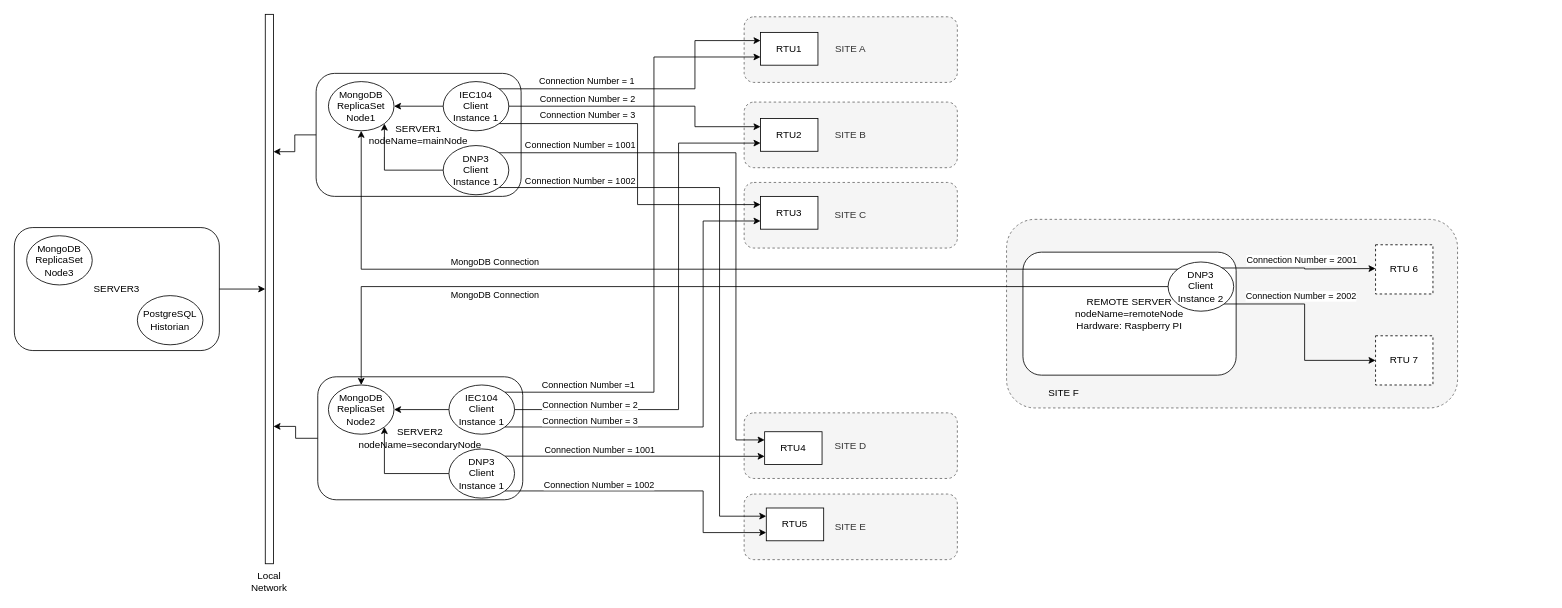
riclolsen/json-scada keeps this draw.io diagram as docs/JSON-SCADA_Connections.drawio. Above is the earlier version. Source tidied: cells renumbered, new cells numbered last; positions are measured from the earlier drawing's top-left corner, leaving out a move shared by most shapes. Both pictures are drawn from the tidied source at 82%, with x=0, y=0 at pixel (14, 14).
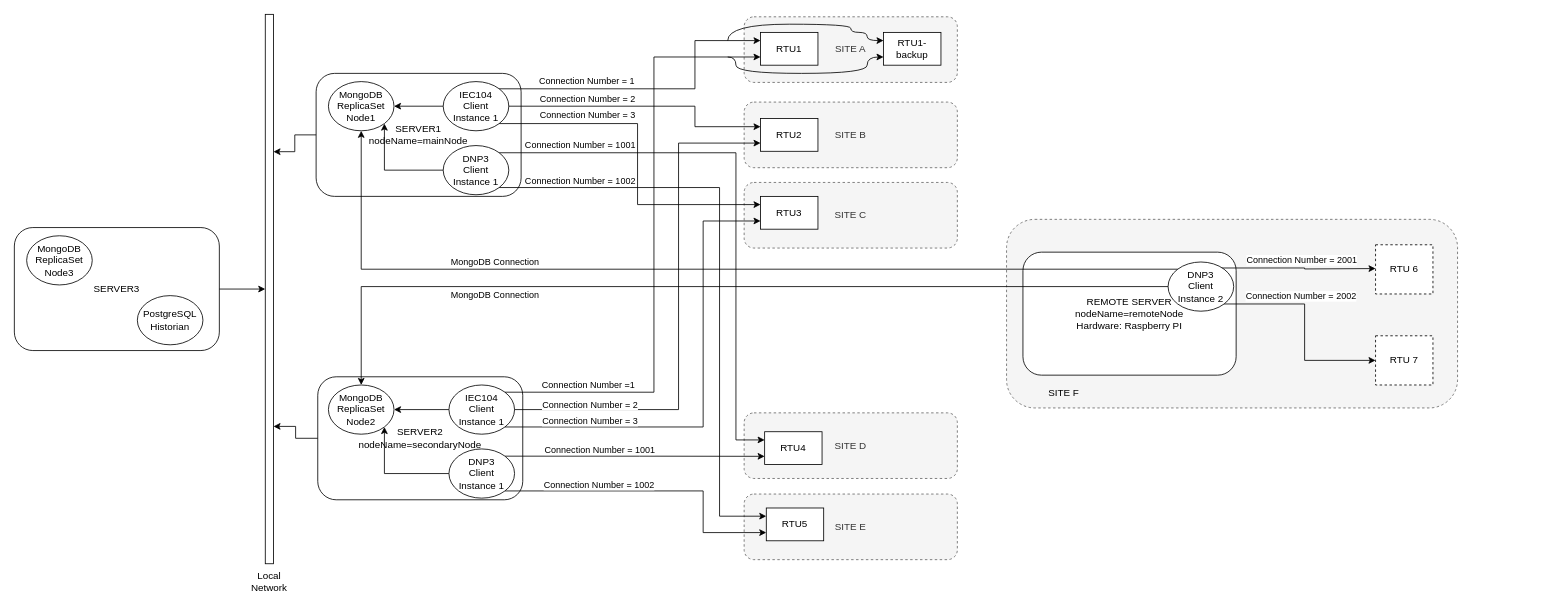
The same page after the edit.

What changed in the source:
```diff
@@
+    <mxCell id="70" value="RTU1-backup" style="rounded=0;whiteSpace=wrap;html=1;" parent="1" vertex="1">
+      <mxGeometry x="1060" y="22" width="70" height="40" as="geometry" />
+    </mxCell>
+    <mxCell id="71" style="edgeStyle=orthogonalEdgeStyle;elbow=horizontal;endArrow=classic;html=1;curved=1;exitX=0;exitY=0.25;exitDx=0;exitDy=0;entryX=0;entryY=0.25;entryDx=0;entryDy=0;" parent="1" edge="1" target="70">
+      <mxGeometry relative="1" as="geometry">
+        <mxPoint x="870" y="32" as="sourcePoint" />
+        <Array as="points">
+          <mxPoint x="870" y="12" />
+          <mxPoint x="1020" y="12" />
+          <mxPoint x="1020" y="22" />
+          <mxPoint x="1040" y="22" />
+          <mxPoint x="1040" y="32" />
+        </Array>
+      </mxGeometry>
+    </mxCell>
+    <mxCell id="72" style="edgeStyle=orthogonalEdgeStyle;elbow=horizontal;endArrow=classic;html=1;curved=1;entryX=0;entryY=0.75;entryDx=0;entryDy=0;" parent="1" edge="1" target="70">
+      <mxGeometry relative="1" as="geometry">
+        <mxPoint x="870" y="52" as="sourcePoint" />
+        <Array as="points">
+          <mxPoint x="880" y="52" />
+          <mxPoint x="880" y="72" />
+          <mxPoint x="1040" y="72" />
+          <mxPoint x="1040" y="52" />
+        </Array>
+      </mxGeometry>
+    </mxCell>
```
